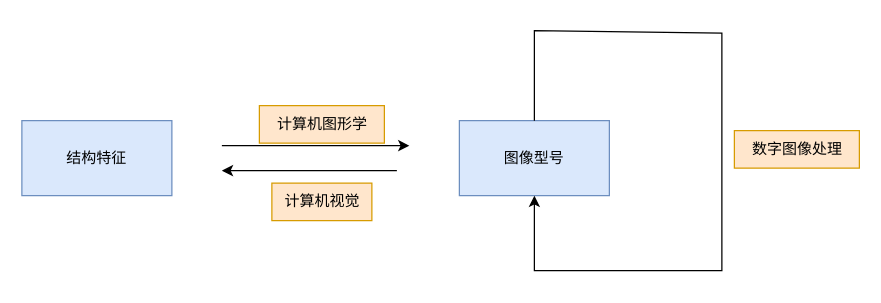
Before: 未命名绘图.drawio in RexYao97/sfrex, a draw.io diagram. Source tidied: cells renumbered, new cells numbered last; positions are measured from the earlier drawing's top-left corner, leaving out a move shared by most shapes. Both pictures are drawn from the tidied source at 125%, with x=0, y=0 at pixel (21, 30).
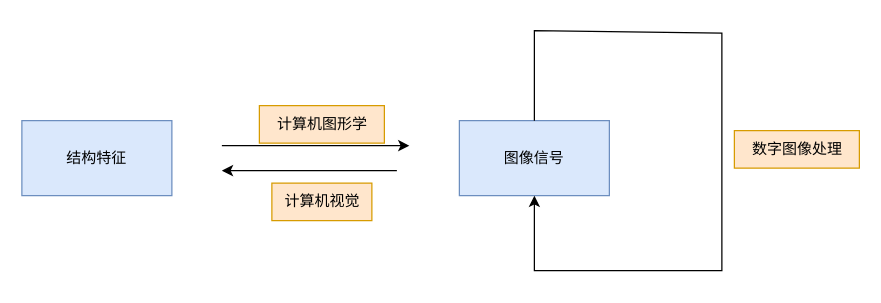
After the change.

Commit message (it also covers changes not shown here):
更新未命名绘图.drawio

Change to the diagram source:
```diff
@@
 <mxGraphModel>
   <root>
     <mxCell id="0" />
     <mxCell id="1" parent="0" />
     <mxCell id="2" value="结构特征" style="rounded=0;whiteSpace=wrap;html=1;fillColor=#dae8fc;strokeColor=#6c8ebf;" parent="1" vertex="1">
       <mxGeometry y="72" width="120" height="60" as="geometry" />
     </mxCell>
-    <mxCell id="3" value="图像型号" style="rounded=0;whiteSpace=wrap;html=1;fillColor=#dae8fc;strokeColor=#6c8ebf;" parent="1" vertex="1">
+    <mxCell id="3" value="图像信号" style="rounded=0;whiteSpace=wrap;html=1;fillColor=#dae8fc;strokeColor=#6c8ebf;" parent="1" vertex="1">
       <mxGeometry x="350" y="72" width="120" height="60" as="geometry" />
     </mxCell>
     <mxCell id="4" style="endArrow=classic;html=1;rounded=0;" parent="1" edge="1">
       <mxGeometry relative="1" as="geometry">
         <mxPoint x="160" y="92" as="sourcePoint" />
         <mxPoint x="310" y="92" as="targetPoint" />
       </mxGeometry>
     </mxCell>
     <mxCell id="5" value="计算机图形学" style="text;html=1;align=center;verticalAlign=middle;strokeColor=#d79b00;fillColor=#ffe6cc;" parent="1" vertex="1">
       <mxGeometry x="190" y="60" width="100" height="30" as="geometry" />
     </mxCell>
     <mxCell id="6" value="计算机视觉" style="text;html=1;align=center;verticalAlign=middle;strokeColor=#d79b00;fillColor=#ffe6cc;" parent="1" vertex="1">
       <mxGeometry x="200" y="122" width="80" height="30" as="geometry" />
     </mxCell>
     <mxCell id="7" style="endArrow=classic;html=1;rounded=0;" parent="1" edge="1">
       <mxGeometry relative="1" as="geometry">
         <mxPoint x="300" y="112" as="sourcePoint" />
         <mxPoint x="160" y="112" as="targetPoint" />
       </mxGeometry>
     </mxCell>
     <mxCell id="8" style="endArrow=classic;html=1;rounded=0;entryX=0.5;entryY=1;entryDx=0;entryDy=0;exitX=0.5;exitY=0;exitDx=0;exitDy=0;" parent="1" edge="1" source="3" target="3">
       <mxGeometry relative="1" as="geometry">
         <Array as="points">
           <mxPoint x="410" y="32" />
           <mxPoint x="410" />
           <mxPoint x="560" y="2" />
           <mxPoint x="560" y="192" />
           <mxPoint x="410" y="192" />
         </Array>
       </mxGeometry>
     </mxCell>
     <mxCell id="9" value="数字图像处理" style="text;html=1;align=center;verticalAlign=middle;strokeColor=#d79b00;fillColor=#ffe6cc;" parent="1" vertex="1">
       <mxGeometry x="570" y="80" width="100" height="30" as="geometry" />
     </mxCell>
   </root>
 </mxGraphModel>
```
